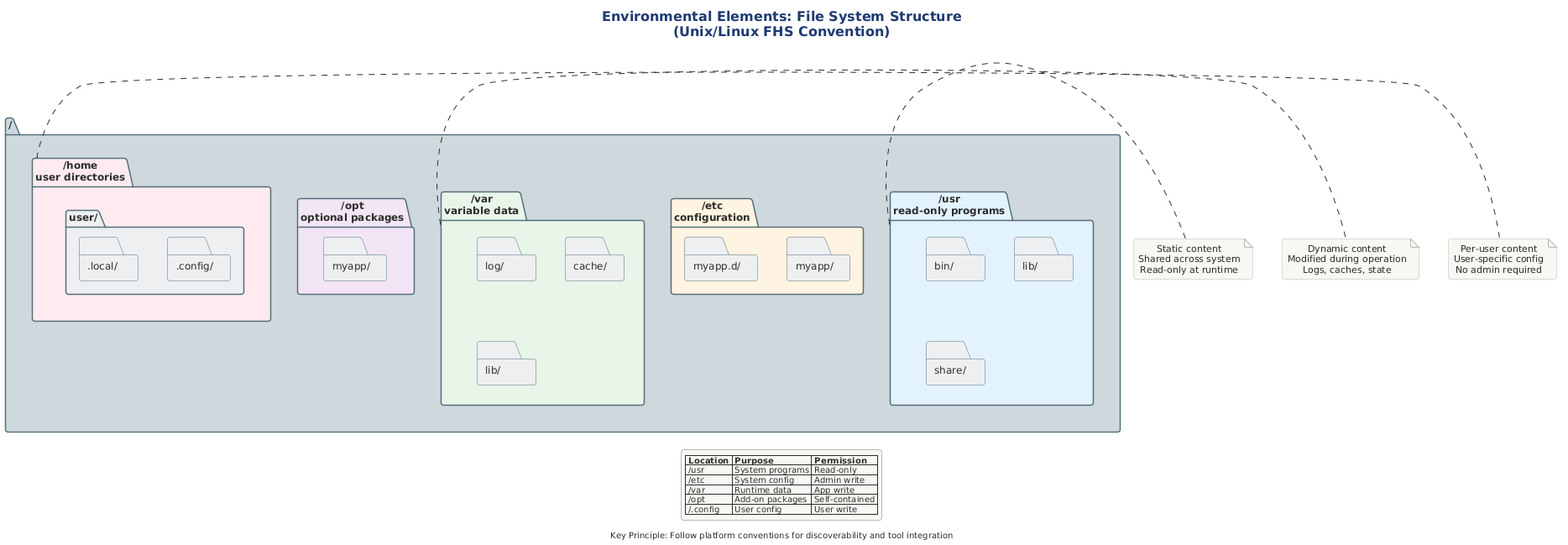
Notoriousjayy/latex-docs keeps this PlantUML diagram as src/architecture/views-and-beyond/style-catalogs/allocation/install-style/png/environmental-elements-file-system-structure.png. Above is the earlier version.
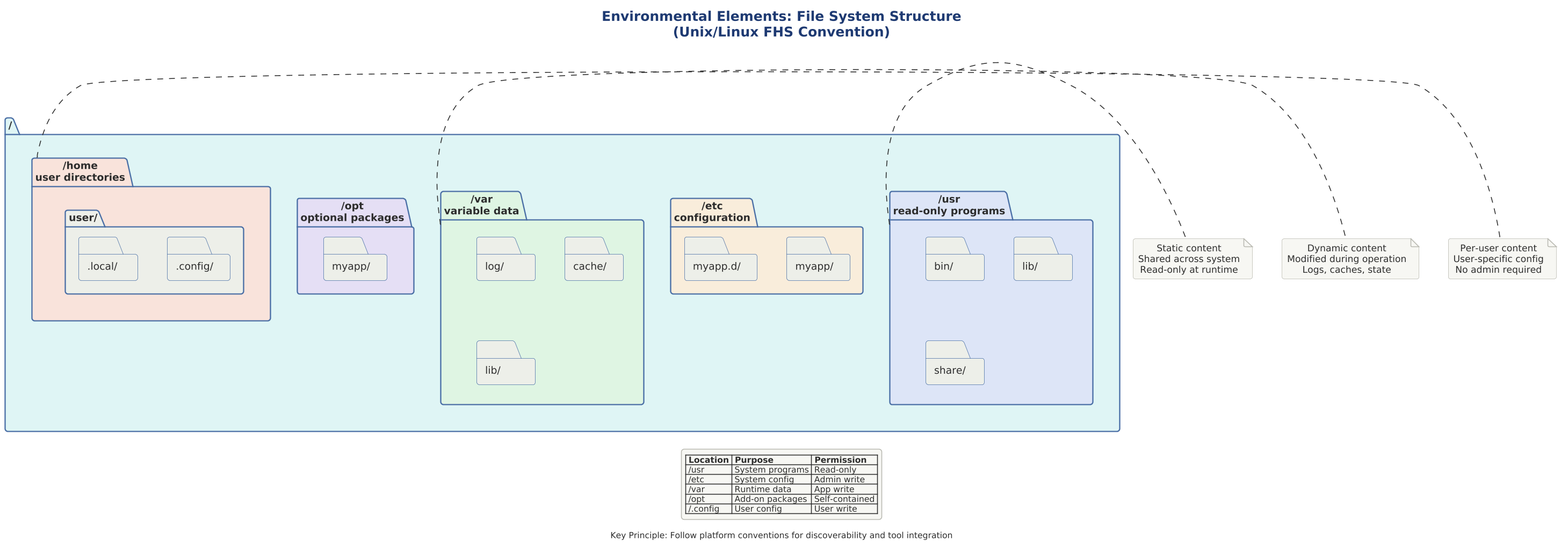
Above is the later version.

Change to the diagram source:
```diff
@@ -1,37 +1,37 @@
 @startuml
+
+skinparam dpi 150
+
+
+
 
 !include ../../../../../../tooling/styles/plantuml/structural/deployment-diagram-style.iuml
 
-skinparam folder {
-    BackgroundColor #ECEFF1
-    BorderColor #546E7A
-}
-
 title Environmental Elements: File System Structure\n(Unix/Linux FHS Convention)
 
-folder "/" as root #CFD8DC {
-    folder "/usr\nread-only programs" as usr #E3F2FD {
+folder "/" as root $fill_dynamic {
+    folder "/usr\nread-only programs" as usr $fill_primary {
         folder "bin/" as usrbin
         folder "lib/" as usrlib
         folder "share/" as usrshare
     }
 
-    folder "/etc\nconfiguration" as etc #FFF3E0 {
+    folder "/etc\nconfiguration" as etc $fill_caution {
         folder "myapp/" as etcapp
         folder "myapp.d/" as etcappd
     }
 
-    folder "/var\nvariable data" as var #E8F5E9 {
+    folder "/var\nvariable data" as var $fill_ok {
         folder "log/" as varlog
         folder "cache/" as varcache
         folder "lib/" as varlib
     }
 
-    folder "/opt\noptional packages" as opt #F3E5F5 {
+    folder "/opt\noptional packages" as opt $fill_alt {
         folder "myapp/" as optapp
     }
 
-    folder "/home\nuser directories" as home #FFEBEE {
+    folder "/home\nuser directories" as home $fill_invalid {
         folder "user/" as homeuser {
             folder ".config/" as dotconfig
             folder ".local/" as dotlocal
```
